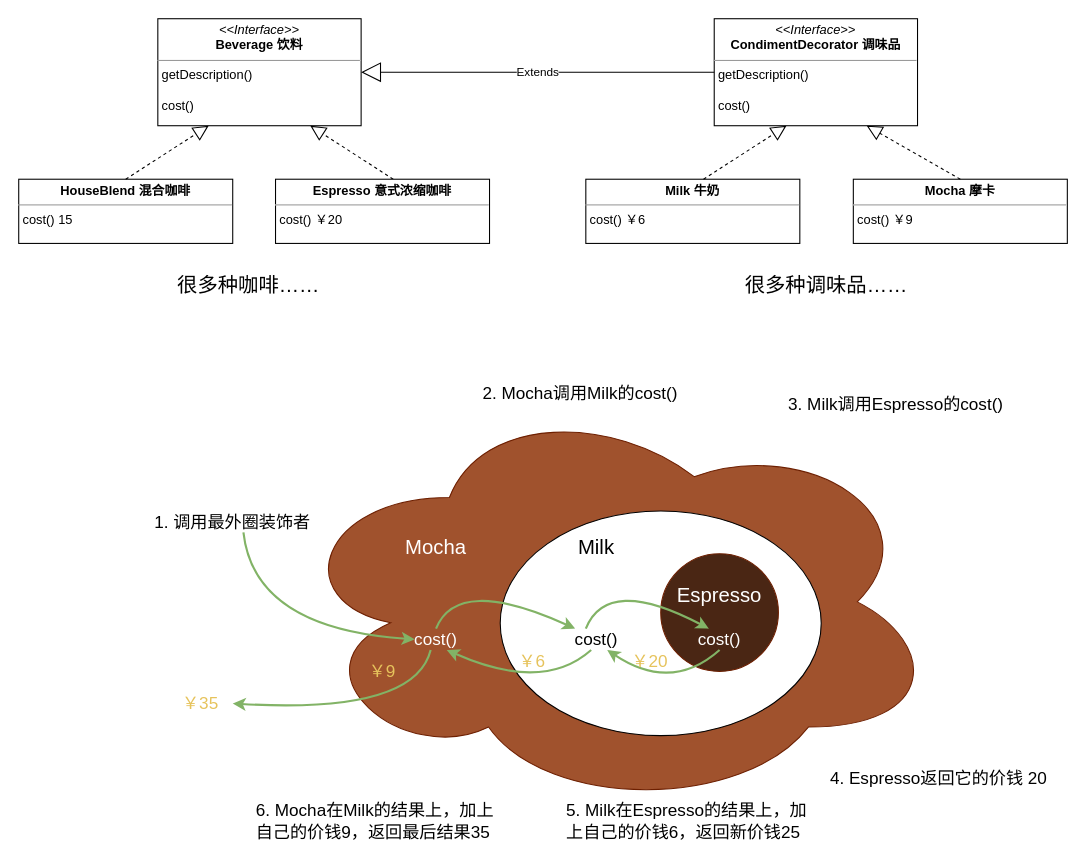
The draw.io diagram page "装饰模式" (3 of 3) of doc/设计模式.drawio in wyyl1/study-design-patterns, before the edit. Source tidied: cells renumbered, new cells numbered last; positions are measured from the earlier drawing's top-left corner, leaving out a move shared by most shapes. Both pictures are drawn from the tidied source at 107%, with x=0, y=0 at pixel (18, 18).
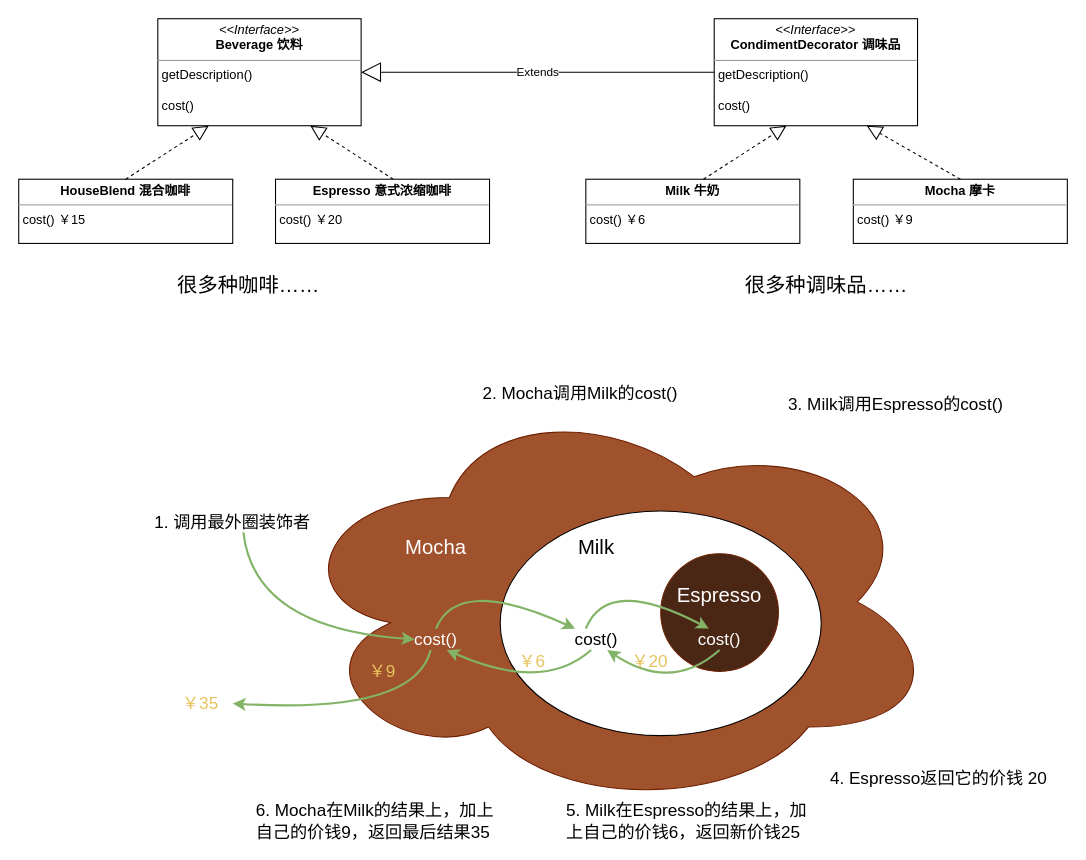
Above is the later version.

Diff of the diagram source:
```diff
@@
-    <mxCell id="6" value="&lt;p style=&quot;margin: 0px ; margin-top: 4px ; text-align: center&quot;&gt;&lt;b&gt;HouseBlend 混合咖啡&lt;/b&gt;&lt;br&gt;&lt;/p&gt;&lt;hr size=&quot;1&quot;&gt;&lt;p style=&quot;margin: 0px ; margin-left: 4px&quot;&gt;cost() 15&lt;br&gt;&lt;/p&gt;" style="verticalAlign=top;align=left;overflow=fill;fontSize=12;fontFamily=Helvetica;html=1;" parent="1" vertex="1">
+    <mxCell id="6" value="&lt;p style=&quot;margin: 0px ; margin-top: 4px ; text-align: center&quot;&gt;&lt;b&gt;HouseBlend 混合咖啡&lt;/b&gt;&lt;br&gt;&lt;/p&gt;&lt;hr size=&quot;1&quot;&gt;&lt;p style=&quot;margin: 0px ; margin-left: 4px&quot;&gt;cost() ￥15&lt;br&gt;&lt;/p&gt;" style="verticalAlign=top;align=left;overflow=fill;fontSize=12;fontFamily=Helvetica;html=1;" parent="1" vertex="1">
       <mxGeometry y="150" width="200" height="60" as="geometry" />
     </mxCell>
```
